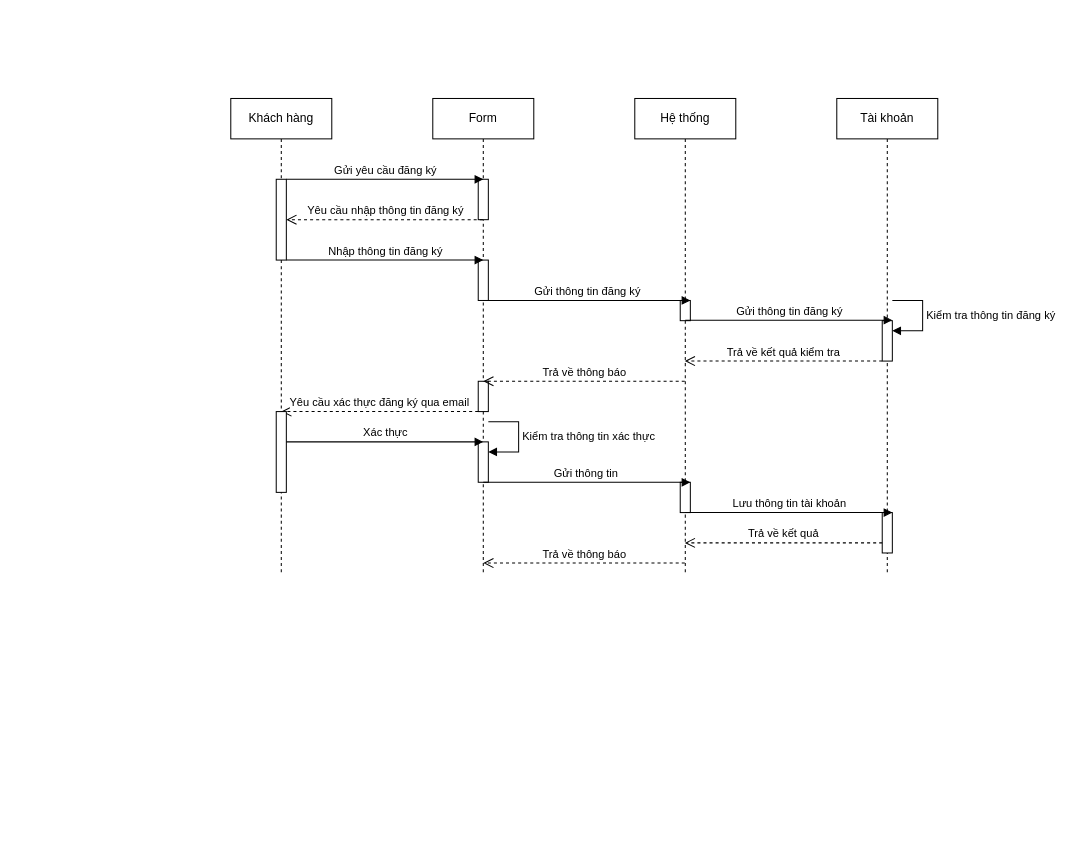
This is SD/SD_DANGKY.drawio from hieuNV0871/da, a draw.io file, before an edit. Source tidied: cells renumbered, new cells numbered last; positions are measured from the earlier drawing's top-left corner, leaving out a move shared by most shapes. Both pictures are drawn from the tidied source at 101%, with x=0, y=0 at pixel (230, 98).
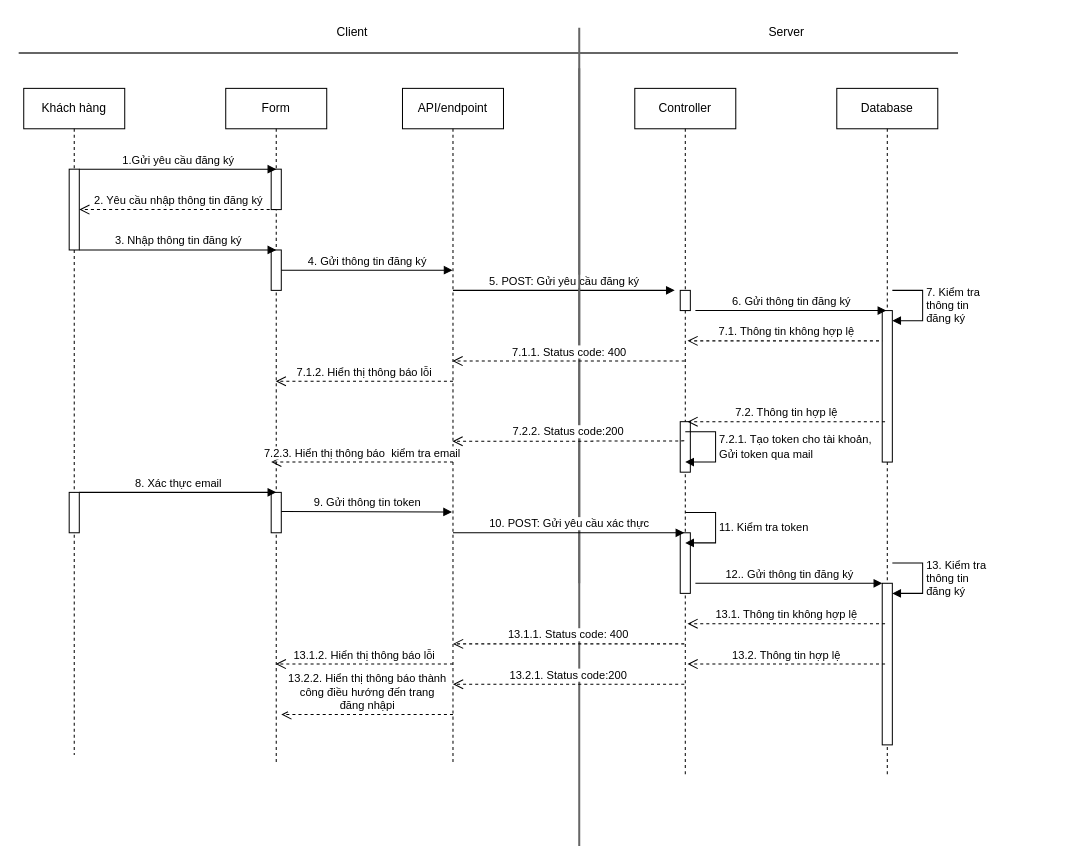
The same page after the edit.

Unchanged cells that the change refers to:
```xml
<mxCell id="3" style="html=1;points=[[0,0,0,0,5],[0,1,0,0,-5],[1,0,0,0,5],[1,1,0,0,-5]];perimeter=orthogonalPerimeter;outlineConnect=0;targetShapes=umlLifeline;portConstraint=eastwest;newEdgeStyle={&quot;curved&quot;:0,&quot;rounded&quot;:0};" parent="2" vertex="1">
  <mxGeometry x="45" y="80" width="10" height="80" as="geometry" />
</mxCell>
<mxCell id="6" style="html=1;points=[[0,0,0,0,5],[0,1,0,0,-5],[1,0,0,0,5],[1,1,0,0,-5]];perimeter=orthogonalPerimeter;outlineConnect=0;targetShapes=umlLifeline;portConstraint=eastwest;newEdgeStyle={&quot;curved&quot;:0,&quot;rounded&quot;:0};" parent="4" vertex="1">
  <mxGeometry x="45" y="160" width="10" height="40" as="geometry" />
</mxCell>
```

The edit, as a diff of the source:
```diff
@@
+    <mxCell id="31" style="line;strokeWidth=2;direction=south;html=1;fillColor=#f5f5f5;fontColor=#333333;strokeColor=#666666;" parent="1" vertex="1">
+      <mxGeometry x="340" y="-30" width="10" height="770" as="geometry" />
+    </mxCell>
     <mxCell id="2" value="Khách hàng" style="shape=umlLifeline;perimeter=lifelinePerimeter;whiteSpace=wrap;html=1;newEdgeStyle={&quot;curved&quot;:0,&quot;rounded&quot;:0};" parent="1" vertex="1">
-      <mxGeometry width="100" height="470" as="geometry" />
+      <mxGeometry x="-205" y="-10" width="100" height="660" as="geometry" />
     </mxCell>
@@
     <mxCell id="4" value="Form" style="shape=umlLifeline;perimeter=lifelinePerimeter;whiteSpace=wrap;html=1;outlineConnect=0;portConstraint=eastwest;newEdgeStyle={&quot;curved&quot;:0,&quot;rounded&quot;:0};" parent="1" vertex="1">
-      <mxGeometry x="200" width="100" height="470" as="geometry" />
+      <mxGeometry x="-5" y="-10" width="100" height="670" as="geometry" />
     </mxCell>
@@
-    <mxCell id="7" style="html=1;perimeter=orthogonalPerimeter;targetShapes=umlLifeline;newEdgeStyle={&quot;curved&quot;:0,&quot;rounded&quot;:0};" parent="4" vertex="1">
-      <mxGeometry x="45" y="280" width="10" height="30" as="geometry" />
-    </mxCell>
-    <mxCell id="8" style="html=1;points=[[0,0,0,0,5],[0,1,0,0,-5],[1,0,0,0,5],[1,1,0,0,-5]];perimeter=orthogonalPerimeter;outlineConnect=0;targetShapes=umlLifeline;portConstraint=eastwest;newEdgeStyle={&quot;curved&quot;:0,&quot;rounded&quot;:0};" parent="4" vertex="1">
-      <mxGeometry x="45" y="340" width="10" height="40" as="geometry" />
-    </mxCell>
-    <mxCell id="9" value="Kiểm tra thông tin xác thực" style="html=1;align=left;spacingLeft=2;endArrow=block;rounded=0;edgeStyle=orthogonalEdgeStyle;curved=0;rounded=0;" parent="4" edge="1" target="8">
-      <mxGeometry relative="1" as="geometry">
-        <mxPoint x="55" y="320" as="sourcePoint" />
-        <Array as="points">
-          <mxPoint x="85" y="350" />
-        </Array>
-      </mxGeometry>
-    </mxCell>
+    <mxCell id="32" style="html=1;perimeter=orthogonalPerimeter;targetShapes=umlLifeline;newEdgeStyle={&quot;curved&quot;:0,&quot;rounded&quot;:0};" parent="4" vertex="1">
+      <mxGeometry x="45" y="400" width="10" height="40" as="geometry" />
+    </mxCell>
-    <mxCell id="10" value="Hệ thống" style="shape=umlLifeline;perimeter=lifelinePerimeter;whiteSpace=wrap;html=1;outlineConnect=0;portConstraint=eastwest;newEdgeStyle={&quot;curved&quot;:0,&quot;rounded&quot;:0};" parent="1" vertex="1">
-      <mxGeometry x="400" width="100" height="470" as="geometry" />
+    <mxCell id="10" value="Controller" style="shape=umlLifeline;perimeter=lifelinePerimeter;whiteSpace=wrap;html=1;outlineConnect=0;portConstraint=eastwest;newEdgeStyle={&quot;curved&quot;:0,&quot;rounded&quot;:0};" parent="1" vertex="1">
+      <mxGeometry x="400" y="-10" width="100" height="680" as="geometry" />
     </mxCell>
@@
     <mxCell id="12" style="html=1;perimeter=orthogonalPerimeter;targetShapes=umlLifeline;newEdgeStyle={&quot;curved&quot;:0,&quot;rounded&quot;:0};" parent="10" vertex="1">
-      <mxGeometry x="45" y="380" width="10" height="30" as="geometry" />
+      <mxGeometry x="45" y="330" width="10" height="50" as="geometry" />
     </mxCell>
+    <mxCell id="33" style="html=1;perimeter=orthogonalPerimeter;targetShapes=umlLifeline;newEdgeStyle={&quot;curved&quot;:0,&quot;rounded&quot;:0};" parent="10" vertex="1">
+      <mxGeometry x="45" y="440" width="10" height="60" as="geometry" />
+    </mxCell>
-    <mxCell id="13" value="Yêu cầu nhập thông tin đăng ký&lt;br&gt;" style="html=1;verticalAlign=bottom;endArrow=open;dashed=1;endSize=8;curved=0;rounded=0;" parent="1" edge="1" source="4" target="3">
+    <mxCell id="13" value="2. Yêu cầu nhập thông tin đăng ký" style="html=1;verticalAlign=bottom;endArrow=open;dashed=1;endSize=8;curved=0;rounded=0;" parent="1" edge="1" source="4" target="3">
       <mxGeometry relative="1" as="geometry">
         <Array as="points">
-          <mxPoint x="130" y="120" />
+          <mxPoint x="-75" y="110" />
         </Array>
       </mxGeometry>
     </mxCell>
-    <mxCell id="14" value="Nhập thông tin đăng ký" style="html=1;verticalAlign=bottom;endArrow=block;curved=0;rounded=0;" parent="1" edge="1" source="3">
+    <mxCell id="14" value="3. Nhập thông tin đăng ký" style="html=1;verticalAlign=bottom;endArrow=block;curved=0;rounded=0;" parent="1" edge="1" source="3">
       <mxGeometry relative="1" as="geometry">
-        <mxPoint x="250" y="160" as="targetPoint" />
+        <mxPoint x="45" y="150" as="targetPoint" />
       </mxGeometry>
     </mxCell>
-    <mxCell id="15" value="Gửi yêu cầu đăng ký&lt;br&gt;" style="html=1;verticalAlign=bottom;endArrow=block;curved=0;rounded=0;" parent="1" edge="1">
+    <mxCell id="15" value="1.Gửi yêu cầu đăng ký" style="html=1;verticalAlign=bottom;endArrow=block;curved=0;rounded=0;" parent="1" edge="1">
       <mxGeometry relative="1" as="geometry">
-        <mxPoint x="55" y="80" as="sourcePoint" />
-        <mxPoint x="250" y="80" as="targetPoint" />
+        <mxPoint x="-150" y="70" as="sourcePoint" />
+        <mxPoint x="45" y="70" as="targetPoint" />
       </mxGeometry>
     </mxCell>
-    <mxCell id="16" value="Gửi thông tin đăng ký&lt;br&gt;" style="html=1;verticalAlign=bottom;endArrow=block;curved=0;rounded=0;" parent="1" edge="1">
+    <mxCell id="16" value="5. POST: Gửi yêu cầu đăng ký" style="html=1;verticalAlign=bottom;endArrow=block;curved=0;rounded=0;" parent="1" edge="1">
       <mxGeometry relative="1" as="geometry">
-        <mxPoint x="250" y="200" as="sourcePoint" />
-        <mxPoint x="455" y="200" as="targetPoint" />
+        <mxPoint x="220" y="190" as="sourcePoint" />
+        <mxPoint x="439.5" y="190" as="targetPoint" />
       </mxGeometry>
     </mxCell>
-    <mxCell id="17" value="Trả về kết quả kiểm tra" style="html=1;verticalAlign=bottom;endArrow=open;dashed=1;endSize=8;curved=0;rounded=0;" parent="1" edge="1">
+    <mxCell id="17" value="7.1. Thông tin không hợp lệ" style="html=1;verticalAlign=bottom;endArrow=open;dashed=1;endSize=8;curved=0;rounded=0;" parent="1" edge="1">
       <mxGeometry relative="1" as="geometry">
-        <mxPoint x="645" y="260" as="sourcePoint" />
-        <mxPoint x="449.5" y="260" as="targetPoint" />
+        <mxPoint x="647.8" y="240" as="sourcePoint" />
+        <mxPoint x="452.2" y="240" as="targetPoint" />
         <Array as="points">
-          <mxPoint x="485" y="260" />
+          <mxPoint x="487.8" y="240" />
         </Array>
       </mxGeometry>
     </mxCell>
-    <mxCell id="18" value="Trả về thông báo" style="html=1;verticalAlign=bottom;endArrow=open;dashed=1;endSize=8;curved=0;rounded=0;" parent="1" edge="1">
-      <mxGeometry relative="1" as="geometry">
-        <mxPoint x="449.5" y="280" as="sourcePoint" />
-        <mxPoint x="250" y="280" as="targetPoint" />
-        <Array as="points">
-          <mxPoint x="325" y="280" />
-        </Array>
-      </mxGeometry>
-    </mxCell>
-    <mxCell id="19" value="Tài khoản" style="shape=umlLifeline;perimeter=lifelinePerimeter;whiteSpace=wrap;html=1;newEdgeStyle={&quot;curved&quot;:0,&quot;rounded&quot;:0};" parent="1" vertex="1">
-      <mxGeometry x="600" width="100" height="470" as="geometry" />
+    <mxCell id="19" value="Database" style="shape=umlLifeline;perimeter=lifelinePerimeter;whiteSpace=wrap;html=1;newEdgeStyle={&quot;curved&quot;:0,&quot;rounded&quot;:0};" parent="1" vertex="1">
+      <mxGeometry x="600" y="-10" width="100" height="680" as="geometry" />
     </mxCell>
-    <mxCell id="20" value="Kiểm tra thông tin đăng ký" style="html=1;align=left;spacingLeft=2;endArrow=block;rounded=0;edgeStyle=orthogonalEdgeStyle;curved=0;rounded=0;" parent="19" edge="1" target="21">
+    <mxCell id="20" value="7. Kiểm tra &lt;br&gt;thông tin &lt;br&gt;đăng ký" style="html=1;align=left;spacingLeft=2;endArrow=block;rounded=0;edgeStyle=orthogonalEdgeStyle;curved=0;rounded=0;" parent="19" edge="1" target="21">
       <mxGeometry relative="1" as="geometry">
         <mxPoint x="55" y="200" as="sourcePoint" />
         <Array as="points">
           <mxPoint x="85" y="230" />
         </Array>
       </mxGeometry>
     </mxCell>
     <mxCell id="21" style="html=1;points=[[0,0,0,0,5],[0,1,0,0,-5],[1,0,0,0,5],[1,1,0,0,-5]];perimeter=orthogonalPerimeter;outlineConnect=0;targetShapes=umlLifeline;portConstraint=eastwest;newEdgeStyle={&quot;curved&quot;:0,&quot;rounded&quot;:0};" parent="19" vertex="1">
-      <mxGeometry x="45" y="220" width="10" height="40" as="geometry" />
+      <mxGeometry x="45" y="220" width="10" height="150" as="geometry" />
     </mxCell>
     <mxCell id="22" style="html=1;perimeter=orthogonalPerimeter;targetShapes=umlLifeline;newEdgeStyle={&quot;curved&quot;:0,&quot;rounded&quot;:0};" parent="19" vertex="1">
-      <mxGeometry x="45" y="410" width="10" height="40" as="geometry" />
+      <mxGeometry x="45" y="490" width="10" height="160" as="geometry" />
     </mxCell>
-    <mxCell id="23" value="Gửi thông tin đăng ký&lt;br&gt;" style="html=1;verticalAlign=bottom;endArrow=block;curved=0;rounded=0;" parent="1" edge="1">
+    <mxCell id="23" value="12.. Gửi thông tin đăng ký" style="html=1;verticalAlign=bottom;endArrow=block;curved=0;rounded=0;" parent="1" edge="1">
       <mxGeometry relative="1" as="geometry">
-        <mxPoint x="450" y="219.5" as="sourcePoint" />
-        <mxPoint x="655" y="219.5" as="targetPoint" />
+        <mxPoint x="460" y="480" as="sourcePoint" />
+        <mxPoint x="645" y="480" as="targetPoint" />
       </mxGeometry>
     </mxCell>
-    <mxCell id="24" value="Yêu cầu xác thực đăng ký qua email" style="html=1;verticalAlign=bottom;endArrow=open;dashed=1;endSize=8;curved=0;rounded=0;" parent="1" edge="1">
-      <mxGeometry relative="1" as="geometry">
-        <mxPoint x="245" y="310" as="sourcePoint" />
-        <mxPoint x="50" y="310" as="targetPoint" />
-        <Array as="points">
-          <mxPoint x="125" y="310" />
-        </Array>
-      </mxGeometry>
-    </mxCell>
     <mxCell id="25" style="html=1;perimeter=orthogonalPerimeter;targetShapes=umlLifeline;newEdgeStyle={&quot;curved&quot;:0,&quot;rounded&quot;:0};" parent="1" vertex="1">
-      <mxGeometry x="45" y="310" width="10" height="80" as="geometry" />
+      <mxGeometry x="-160" y="390" width="10" height="40" as="geometry" />
     </mxCell>
-    <mxCell id="26" value="Xác thực" style="html=1;verticalAlign=bottom;endArrow=block;curved=0;rounded=0;" parent="1" edge="1">
+    <mxCell id="26" value="8. Xác thực email" style="html=1;verticalAlign=bottom;endArrow=block;curved=0;rounded=0;" parent="1" edge="1">
       <mxGeometry relative="1" as="geometry">
-        <mxPoint x="55" y="340" as="sourcePoint" />
-        <mxPoint x="250" y="340" as="targetPoint" />
+        <mxPoint x="-150" y="390" as="sourcePoint" />
+        <mxPoint x="45" y="390" as="targetPoint" />
       </mxGeometry>
     </mxCell>
-    <mxCell id="27" value="Gửi thông tin&amp;nbsp;" style="html=1;verticalAlign=bottom;endArrow=block;curved=0;rounded=0;" parent="1" edge="1">
-      <mxGeometry relative="1" as="geometry">
-        <mxPoint x="250" y="380" as="sourcePoint" />
-        <mxPoint x="455" y="380" as="targetPoint" />
-      </mxGeometry>
-    </mxCell>
-    <mxCell id="28" value="Lưu thông tin tài khoản" style="html=1;verticalAlign=bottom;endArrow=block;curved=0;rounded=0;" parent="1" edge="1">
-      <mxGeometry relative="1" as="geometry">
-        <mxPoint x="450" y="410" as="sourcePoint" />
-        <mxPoint x="655" y="410" as="targetPoint" />
-      </mxGeometry>
-    </mxCell>
-    <mxCell id="29" value="Trả về kết quả" style="html=1;verticalAlign=bottom;endArrow=open;dashed=1;endSize=8;curved=0;rounded=0;" parent="1" edge="1">
-      <mxGeometry relative="1" as="geometry">
-        <mxPoint x="645" y="440" as="sourcePoint" />
-        <mxPoint x="449.5" y="440" as="targetPoint" />
-        <Array as="points">
-          <mxPoint x="485" y="440" />
-        </Array>
-      </mxGeometry>
-    </mxCell>
-    <mxCell id="30" value="Trả về thông báo" style="html=1;verticalAlign=bottom;endArrow=open;dashed=1;endSize=8;curved=0;rounded=0;" parent="1" edge="1">
-      <mxGeometry relative="1" as="geometry">
-        <mxPoint x="449.5" y="460" as="sourcePoint" />
-        <mxPoint x="250" y="460" as="targetPoint" />
-        <Array as="points">
-          <mxPoint x="325" y="460" />
-        </Array>
-      </mxGeometry>
-    </mxCell>
+    <mxCell id="34" style="line;strokeWidth=2;html=1;fillColor=#f5f5f5;fontColor=#333333;strokeColor=#666666;" parent="1" vertex="1">
+      <mxGeometry x="-210" y="-50" width="930" height="10" as="geometry" />
+    </mxCell>
+    <mxCell id="35" value="Server" style="text;html=1;align=center;verticalAlign=middle;strokeColor=none;fillColor=none;" parent="1" vertex="1">
+      <mxGeometry x="520" y="-80" width="60" height="30" as="geometry" />
+    </mxCell>
+    <mxCell id="36" value="Client" style="text;html=1;align=center;verticalAlign=middle;strokeColor=none;fillColor=none;" parent="1" vertex="1">
+      <mxGeometry x="95" y="-80" width="50" height="30" as="geometry" />
+    </mxCell>
+    <mxCell id="37" style="line;strokeWidth=2;direction=south;html=1;fillColor=#f5f5f5;fontColor=#333333;strokeColor=#666666;" parent="1" vertex="1">
+      <mxGeometry x="340" y="-70" width="10" height="550" as="geometry" />
+    </mxCell>
+    <mxCell id="38" value="API/endpoint" style="shape=umlLifeline;perimeter=lifelinePerimeter;whiteSpace=wrap;html=1;outlineConnect=0;portConstraint=eastwest;newEdgeStyle={&quot;curved&quot;:0,&quot;rounded&quot;:0};" parent="1" vertex="1">
+      <mxGeometry x="170" y="-10" width="100" height="670" as="geometry" />
+    </mxCell>
+    <mxCell id="39" value="4. Gửi thông tin đăng ký" style="html=1;verticalAlign=bottom;endArrow=block;curved=0;rounded=0;" parent="1" edge="1" source="6" target="38">
+      <mxGeometry relative="1" as="geometry" />
+    </mxCell>
+    <mxCell id="40" value="7.1.1. Status code: 400" style="html=1;verticalAlign=bottom;endArrow=open;dashed=1;endSize=8;curved=0;rounded=0;" parent="1" edge="1" source="10" target="38">
+      <mxGeometry relative="1" as="geometry">
+        <Array as="points">
+          <mxPoint x="310.5" y="260" />
+        </Array>
+      </mxGeometry>
+    </mxCell>
+    <mxCell id="41" value="7.2. Thông tin hợp lệ" style="html=1;verticalAlign=bottom;endArrow=open;dashed=1;endSize=8;curved=0;rounded=0;" parent="1" edge="1">
+      <mxGeometry relative="1" as="geometry">
+        <mxPoint x="647.8" y="320" as="sourcePoint" />
+        <mxPoint x="452.2" y="320" as="targetPoint" />
+        <Array as="points">
+          <mxPoint x="487.8" y="320" />
+        </Array>
+      </mxGeometry>
+    </mxCell>
+    <mxCell id="42" value="7.2.2. Status code:200" style="html=1;verticalAlign=bottom;endArrow=open;dashed=1;endSize=8;curved=0;rounded=0;" parent="1" edge="1" target="38">
+      <mxGeometry relative="1" as="geometry">
+        <mxPoint x="449" y="339" as="sourcePoint" />
+        <Array as="points">
+          <mxPoint x="310.5" y="339.4" />
+        </Array>
+      </mxGeometry>
+    </mxCell>
+    <mxCell id="43" value="7.2.1. Tạo token cho tài khoản,&amp;nbsp;&lt;br&gt;Gửi token qua mail" style="html=1;align=left;spacingLeft=2;endArrow=block;rounded=0;edgeStyle=orthogonalEdgeStyle;curved=0;rounded=0;" parent="1" edge="1">
+      <mxGeometry relative="1" as="geometry">
+        <mxPoint x="450" y="330" as="sourcePoint" />
+        <mxPoint x="450" y="360" as="targetPoint" />
+        <Array as="points">
+          <mxPoint x="480" y="360" />
+        </Array>
+      </mxGeometry>
+    </mxCell>
+    <mxCell id="44" value="7.1.2. Hiển thị thông báo lỗi" style="html=1;verticalAlign=bottom;endArrow=open;dashed=1;endSize=8;curved=0;rounded=0;" parent="1" edge="1" target="4">
+      <mxGeometry relative="1" as="geometry">
+        <mxPoint x="220" y="280" as="sourcePoint" />
+        <Array as="points">
+          <mxPoint x="105" y="280" />
+        </Array>
+      </mxGeometry>
+    </mxCell>
+    <mxCell id="45" value="7.2.3. Hiển thị thông báo&amp;nbsp; kiểm tra email" style="html=1;verticalAlign=bottom;endArrow=open;dashed=1;endSize=8;curved=0;rounded=0;entryX=0.45;entryY=0.552;entryDx=0;entryDy=0;entryPerimeter=0;" parent="1" edge="1" target="4">
+      <mxGeometry relative="1" as="geometry">
+        <mxPoint x="220" y="360" as="sourcePoint" />
+        <Array as="points">
+          <mxPoint x="105" y="360" />
+        </Array>
+      </mxGeometry>
+    </mxCell>
+    <mxCell id="46" value="9. Gửi thông tin token" style="html=1;verticalAlign=bottom;endArrow=block;curved=0;rounded=0;" parent="1" edge="1">
+      <mxGeometry relative="1" as="geometry">
+        <mxPoint x="50" y="409" as="sourcePoint" />
+        <mxPoint x="219" y="409.4" as="targetPoint" />
+      </mxGeometry>
+    </mxCell>
+    <mxCell id="47" value="10. POST: Gửi yêu cầu xác thực" style="html=1;verticalAlign=bottom;endArrow=block;curved=0;rounded=0;" parent="1" edge="1">
+      <mxGeometry relative="1" as="geometry">
+        <mxPoint x="220" y="430" as="sourcePoint" />
+        <mxPoint x="449" y="430" as="targetPoint" />
+      </mxGeometry>
+    </mxCell>
+    <mxCell id="48" value="13. Kiểm tra &lt;br&gt;thông tin &lt;br&gt;đăng ký" style="html=1;align=left;spacingLeft=2;endArrow=block;rounded=0;edgeStyle=orthogonalEdgeStyle;curved=0;rounded=0;" parent="1" edge="1">
+      <mxGeometry relative="1" as="geometry">
+        <mxPoint x="655" y="460" as="sourcePoint" />
+        <mxPoint x="655" y="490" as="targetPoint" />
+        <Array as="points">
+          <mxPoint x="685" y="490" />
+        </Array>
+      </mxGeometry>
+    </mxCell>
+    <mxCell id="49" value="13.1. Thông tin không hợp lệ" style="html=1;verticalAlign=bottom;endArrow=open;dashed=1;endSize=8;curved=0;rounded=0;" parent="1" edge="1">
+      <mxGeometry relative="1" as="geometry">
+        <mxPoint x="647.8" y="520" as="sourcePoint" />
+        <mxPoint x="452.2" y="520" as="targetPoint" />
+      </mxGeometry>
+    </mxCell>
+    <mxCell id="50" value="11. Kiểm tra token" style="html=1;align=left;spacingLeft=2;endArrow=block;rounded=0;edgeStyle=orthogonalEdgeStyle;curved=0;rounded=0;" parent="1" edge="1">
+      <mxGeometry relative="1" as="geometry">
+        <mxPoint x="450" y="410" as="sourcePoint" />
+        <mxPoint x="450" y="440" as="targetPoint" />
+        <Array as="points">
+          <mxPoint x="480" y="440" />
+        </Array>
+      </mxGeometry>
+    </mxCell>
+    <mxCell id="51" value="13.1.1. Status code: 400" style="html=1;verticalAlign=bottom;endArrow=open;dashed=1;endSize=8;curved=0;rounded=0;" parent="1" edge="1">
+      <mxGeometry relative="1" as="geometry">
+        <mxPoint x="449" y="540" as="sourcePoint" />
+        <mxPoint x="220" y="540" as="targetPoint" />
+        <Array as="points">
+          <mxPoint x="310.5" y="540" />
+        </Array>
+      </mxGeometry>
+    </mxCell>
+    <mxCell id="52" value="13.2. Thông tin hợp lệ" style="html=1;verticalAlign=bottom;endArrow=open;dashed=1;endSize=8;curved=0;rounded=0;" parent="1" edge="1">
+      <mxGeometry relative="1" as="geometry">
+        <mxPoint x="647.8" y="560" as="sourcePoint" />
+        <mxPoint x="452.2" y="560" as="targetPoint" />
+      </mxGeometry>
+    </mxCell>
+    <mxCell id="53" value="13.2.1. Status code:200" style="html=1;verticalAlign=bottom;endArrow=open;dashed=1;endSize=8;curved=0;rounded=0;" parent="1" edge="1">
+      <mxGeometry relative="1" as="geometry">
+        <mxPoint x="449" y="580" as="sourcePoint" />
+        <mxPoint x="220" y="580" as="targetPoint" />
+        <Array as="points">
+          <mxPoint x="310.5" y="580" />
+        </Array>
+      </mxGeometry>
+    </mxCell>
+    <mxCell id="54" value="13.1.2. Hiển thị thông báo lỗi" style="html=1;verticalAlign=bottom;endArrow=open;dashed=1;endSize=8;curved=0;rounded=0;" parent="1" edge="1" target="4">
+      <mxGeometry relative="1" as="geometry">
+        <mxPoint x="220" y="560" as="sourcePoint" />
+        <Array as="points">
+          <mxPoint x="105" y="560" />
+        </Array>
+      </mxGeometry>
+    </mxCell>
+    <mxCell id="55" value="13.2.2. Hiển thị thông báo thành&lt;br&gt;công điều hướng đến trang&lt;br&gt;đăng nhậpi" style="html=1;verticalAlign=bottom;endArrow=open;dashed=1;endSize=8;curved=0;rounded=0;" parent="1" edge="1">
+      <mxGeometry relative="1" as="geometry">
+        <mxPoint x="220" y="610" as="sourcePoint" />
+        <mxPoint x="50" y="610" as="targetPoint" />
+        <Array as="points">
+          <mxPoint x="105" y="610" />
+        </Array>
+      </mxGeometry>
+    </mxCell>
+    <mxCell id="56" value="6. Gửi thông tin đăng ký" style="html=1;verticalAlign=bottom;endArrow=block;curved=0;rounded=0;" parent="1" edge="1">
+      <mxGeometry relative="1" as="geometry">
+        <mxPoint x="460" y="210" as="sourcePoint" />
+        <mxPoint x="649" y="210" as="targetPoint" />
+      </mxGeometry>
+    </mxCell>
```
